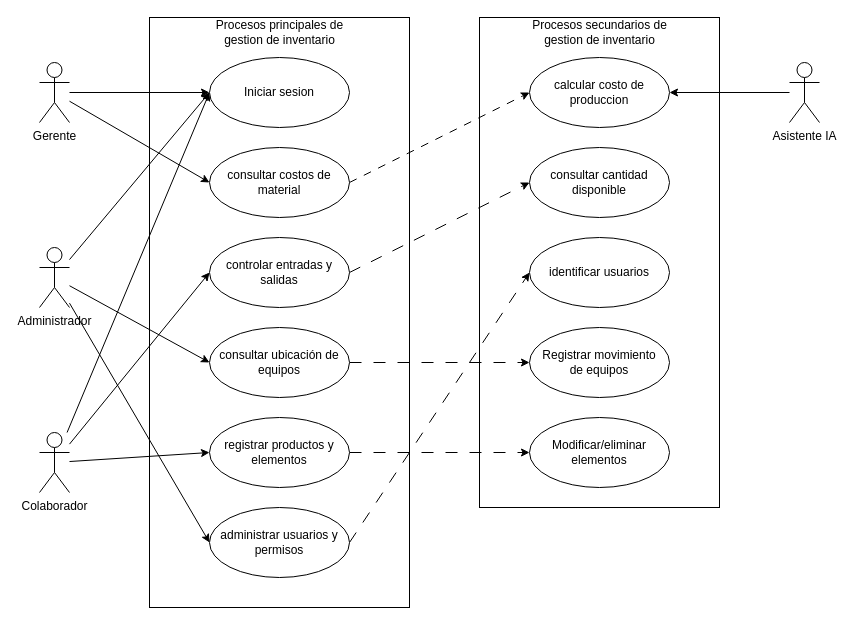
The draw.io diagram Diagrama Gestion de inventarios.drawio in kevin20056/gerstock-system, before the edit. Source tidied: cells renumbered, new cells numbered last; positions are measured from the earlier drawing's top-left corner, leaving out a move shared by most shapes. Both pictures are drawn from the tidied source at 100%, with x=0, y=0 at pixel (39, 17).
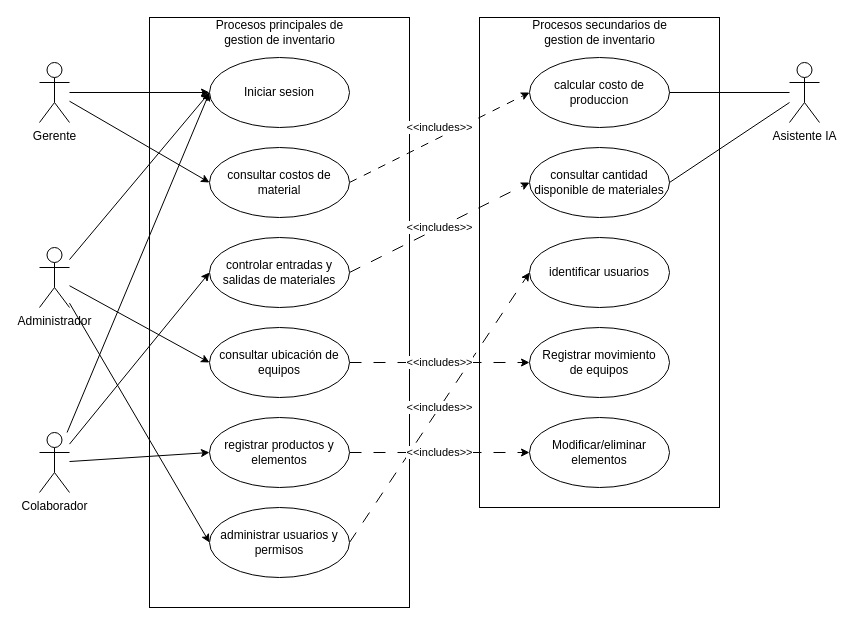
The same page after the edit.

The change refers to these unchanged cells:
```xml
<mxCell id="11" value="Registrar movimiento&lt;div&gt;de equipos&lt;/div&gt;" style="ellipse;whiteSpace=wrap;html=1;" parent="1" vertex="1">
  <mxGeometry x="490" y="310" width="140" height="70" as="geometry" />
</mxCell>
<mxCell id="13" value="identificar usuarios" style="ellipse;whiteSpace=wrap;html=1;" parent="1" vertex="1">
  <mxGeometry x="490" y="220" width="140" height="70" as="geometry" />
</mxCell>
<mxCell id="15" value="consultar costos de material" style="ellipse;whiteSpace=wrap;html=1;" parent="1" vertex="1">
  <mxGeometry x="170" y="130" width="140" height="70" as="geometry" />
</mxCell>
<mxCell id="16" value="calcular costo de produccion" style="ellipse;whiteSpace=wrap;html=1;" parent="1" vertex="1">
  <mxGeometry x="490" y="40" width="140" height="70" as="geometry" />
</mxCell>
<mxCell id="18" value="administrar usuarios y permisos" style="ellipse;whiteSpace=wrap;html=1;" parent="1" vertex="1">
  <mxGeometry x="170" y="490" width="140" height="70" as="geometry" />
</mxCell>
<mxCell id="20" value="consultar ubicación de equipos" style="ellipse;whiteSpace=wrap;html=1;" parent="1" vertex="1">
  <mxGeometry x="170" y="310" width="140" height="70" as="geometry" />
</mxCell>
<mxCell id="22" value="registrar productos y elementos" style="ellipse;whiteSpace=wrap;html=1;" parent="1" vertex="1">
  <mxGeometry x="170" y="400" width="140" height="70" as="geometry" />
</mxCell>
<mxCell id="23" value="Modificar/eliminar elementos" style="ellipse;whiteSpace=wrap;html=1;" parent="1" vertex="1">
  <mxGeometry x="490" y="400" width="140" height="70" as="geometry" />
</mxCell>
<mxCell id="32" value="Asistente IA&lt;div&gt;&lt;br&gt;&lt;/div&gt;" style="shape=umlActor;verticalLabelPosition=bottom;verticalAlign=top;html=1;" parent="1" vertex="1">
  <mxGeometry x="750" y="45" width="30" height="60" as="geometry" />
</mxCell>
```

Diff of the diagram source:
```diff
@@
-    <mxCell id="9" style="rounded=0;jettySize=auto;html=1;exitX=1;exitY=0.5;exitDx=0;exitDy=0;entryX=0;entryY=0.5;entryDx=0;entryDy=0;dashed=1;dashPattern=12 12;" parent="1" edge="1" source="10" target="12">
+    <mxCell id="9" value="&amp;lt;&amp;lt;includes&amp;gt;&amp;gt;" style="rounded=0;jettySize=auto;html=1;exitX=1;exitY=0.5;exitDx=0;exitDy=0;entryX=0;entryY=0.5;entryDx=0;entryDy=0;dashed=1;dashPattern=12 12;" parent="1" edge="1" source="10" target="12">
       <mxGeometry relative="1" as="geometry" />
     </mxCell>
-    <mxCell id="10" value="controlar entradas y salidas" style="ellipse;whiteSpace=wrap;html=1;" parent="1" vertex="1">
+    <mxCell id="10" value="controlar entradas y salidas de materiales" style="ellipse;whiteSpace=wrap;html=1;" parent="1" vertex="1">
       <mxGeometry x="170" y="220" width="140" height="70" as="geometry" />
     </mxCell>
@@
-    <mxCell id="12" value="consultar cantidad disponible" style="ellipse;whiteSpace=wrap;html=1;" parent="1" vertex="1">
+    <mxCell id="12" value="consultar cantidad disponible de materiales" style="ellipse;whiteSpace=wrap;html=1;" parent="1" vertex="1">
       <mxGeometry x="490" y="130" width="140" height="70" as="geometry" />
     </mxCell>
@@
-    <mxCell id="14" style="rounded=0;jettySize=auto;html=1;exitX=1;exitY=0.5;exitDx=0;exitDy=0;entryX=0;entryY=0.5;entryDx=0;entryDy=0;dashPattern=8 8;dashed=1;" parent="1" edge="1" source="15" target="16">
-      <mxGeometry relative="1" as="geometry" />
+    <mxCell id="14" value="&amp;lt;&amp;lt;includes&amp;gt;&amp;gt;" style="rounded=0;jettySize=auto;html=1;exitX=1;exitY=0.5;exitDx=0;exitDy=0;entryX=0;entryY=0.5;entryDx=0;entryDy=0;dashPattern=8 8;dashed=1;align=center;" parent="1" edge="1" source="15" target="16">
+      <mxGeometry x="0.04" y="9" relative="1" as="geometry" />
     </mxCell>
@@
-    <mxCell id="17" style="rounded=0;jettySize=auto;html=1;exitX=1;exitY=0.5;exitDx=0;exitDy=0;entryX=0;entryY=0.5;entryDx=0;entryDy=0;dashed=1;dashPattern=12 12;" parent="1" edge="1" source="18" target="13">
+    <mxCell id="17" value="&amp;lt;&amp;lt;includes&amp;gt;&amp;gt;" style="rounded=0;jettySize=auto;html=1;exitX=1;exitY=0.5;exitDx=0;exitDy=0;entryX=0;entryY=0.5;entryDx=0;entryDy=0;dashed=1;dashPattern=12 12;" parent="1" edge="1" source="18" target="13">
       <mxGeometry relative="1" as="geometry" />
     </mxCell>
@@
-    <mxCell id="19" style="rounded=0;jettySize=auto;html=1;exitX=1;exitY=0.5;exitDx=0;exitDy=0;entryX=0;entryY=0.5;entryDx=0;entryDy=0;dashed=1;dashPattern=12 12;" parent="1" edge="1" source="20" target="11">
+    <mxCell id="19" value="&amp;lt;&amp;lt;includes&amp;gt;&amp;gt;" style="rounded=0;jettySize=auto;html=1;exitX=1;exitY=0.5;exitDx=0;exitDy=0;entryX=0;entryY=0.5;entryDx=0;entryDy=0;dashed=1;dashPattern=12 12;" parent="1" edge="1" source="20" target="11">
       <mxGeometry relative="1" as="geometry" />
     </mxCell>
@@
-    <mxCell id="21" style="rounded=0;jettySize=auto;html=1;exitX=1;exitY=0.5;exitDx=0;exitDy=0;entryX=0;entryY=0.5;entryDx=0;entryDy=0;dashed=1;dashPattern=12 12;" parent="1" edge="1" source="22" target="23">
+    <mxCell id="21" value="&amp;lt;&amp;lt;includes&amp;gt;&amp;gt;" style="rounded=0;jettySize=auto;html=1;exitX=1;exitY=0.5;exitDx=0;exitDy=0;entryX=0;entryY=0.5;entryDx=0;entryDy=0;dashed=1;dashPattern=12 12;" parent="1" edge="1" source="22" target="23">
       <mxGeometry relative="1" as="geometry" />
     </mxCell>
@@
-    <mxCell id="31" style="edgeStyle=orthogonalEdgeStyle;rounded=0;jettySize=auto;html=1;entryX=1;entryY=0.5;entryDx=0;entryDy=0;" parent="1" edge="1" source="32" target="16">
+    <mxCell id="31" style="edgeStyle=orthogonalEdgeStyle;rounded=0;jettySize=auto;html=1;entryX=1;entryY=0.5;entryDx=0;entryDy=0;endArrow=none;endFill=0;" parent="1" edge="1" source="32" target="16">
       <mxGeometry relative="1" as="geometry" />
     </mxCell>
+    <mxCell id="35" style="rounded=0;jettySize=auto;html=1;entryX=1;entryY=0.5;entryDx=0;entryDy=0;endArrow=none;endFill=0;" parent="1" edge="1" source="32" target="12">
+      <mxGeometry relative="1" as="geometry" />
+    </mxCell>
```
